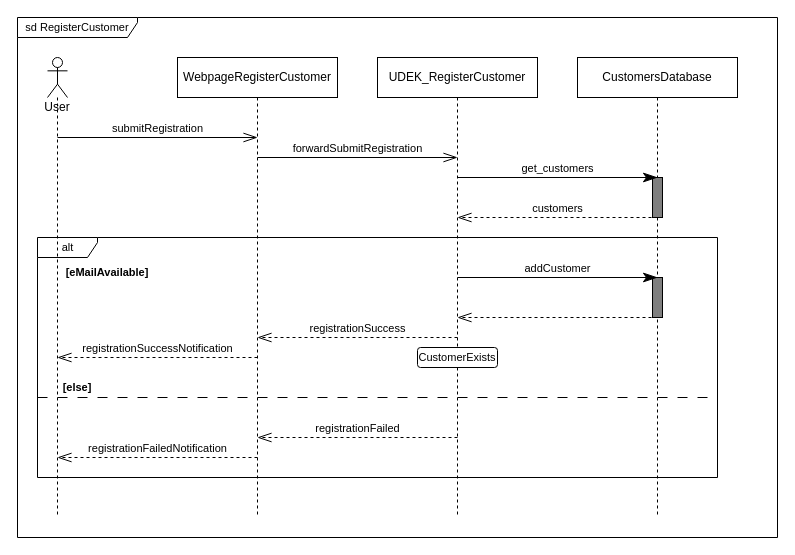
melvdlin/swtlab keeps this draw.io diagram as a05_sequence_diagram_r01.drawio. Above is the earlier version. Source tidied: cells renumbered, new cells numbered last; positions are measured from the earlier drawing's top-left corner, leaving out a move shared by most shapes. Both pictures are drawn from the tidied source at 100%, with x=0, y=0 at pixel (17, 17).
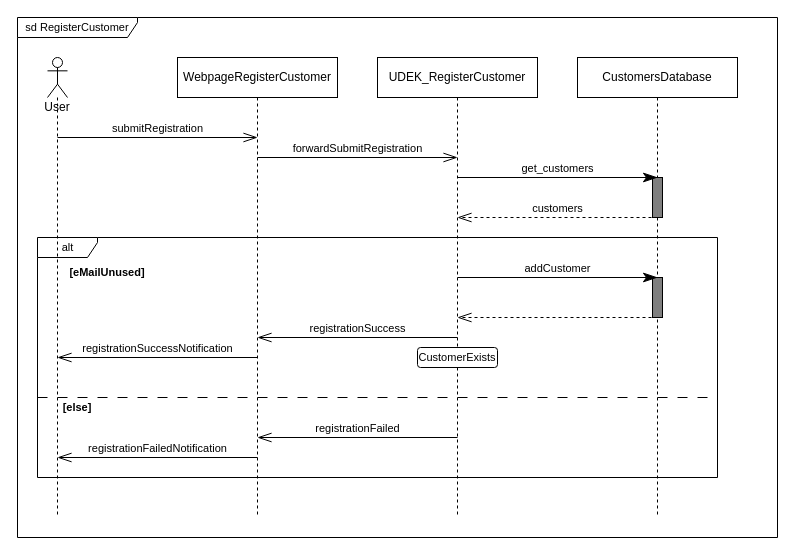
After the change.

Unchanged cells that the change refers to:
```xml
<mxCell id="9" value="alt" style="shape=umlFrame;tabWidth=110;tabHeight=30;tabPosition=left;html=1;boundedLbl=1;labelInHeader=1;width=60;height=20;fontFamily=Helvetica;fontSize=11;fontColor=default;fillColor=none;" parent="8" vertex="1">
  <mxGeometry x="20" y="220" width="680" height="240" as="geometry" />
</mxCell>
```

Change to the diagram source:
```diff
@@
-    <mxCell id="11" value="&lt;b&gt;[eMailAvailable]&lt;/b&gt;" style="text;html=1;strokeColor=none;fillColor=none;align=center;verticalAlign=middle;whiteSpace=wrap;rounded=0;dashed=1;fontFamily=Helvetica;fontSize=11;fontColor=default;" parent="9" vertex="1">
+    <mxCell id="11" value="&lt;b&gt;[eMailUnused]&lt;/b&gt;" style="text;html=1;strokeColor=none;fillColor=none;align=center;verticalAlign=middle;whiteSpace=wrap;rounded=0;dashed=1;fontFamily=Helvetica;fontSize=11;fontColor=default;" parent="9" vertex="1">
       <mxGeometry x="20" y="20" width="100" height="30" as="geometry" />
     </mxCell>
     <mxCell id="12" value="&lt;b&gt;[else]&lt;/b&gt;" style="text;html=1;strokeColor=none;fillColor=none;align=center;verticalAlign=middle;whiteSpace=wrap;rounded=0;dashed=1;fontFamily=Helvetica;fontSize=11;fontColor=default;" parent="9" vertex="1">
-      <mxGeometry x="20" y="140" width="40" height="20" as="geometry" />
+      <mxGeometry x="20" y="160" width="40" height="20" as="geometry" />
     </mxCell>
@@
-    <mxCell id="20" value="registrationSuccess" style="endArrow=openThin;html=1;rounded=0;labelBackgroundColor=default;fontFamily=Helvetica;fontSize=11;fontColor=default;startSize=12;endSize=12;strokeColor=default;shape=connector;endFill=0;verticalAlign=bottom;dashed=1;" parent="16" edge="1">
+    <mxCell id="20" value="registrationSuccess" style="endArrow=openThin;html=1;rounded=0;labelBackgroundColor=default;fontFamily=Helvetica;fontSize=11;fontColor=default;startSize=12;endSize=12;strokeColor=default;shape=connector;endFill=0;verticalAlign=bottom;" parent="16" edge="1">
       <mxGeometry relative="1" as="geometry">
         <mxPoint x="440" y="320" as="sourcePoint" />
         <mxPoint x="240" y="320" as="targetPoint" />
       </mxGeometry>
     </mxCell>
-    <mxCell id="21" value="registrationFailed" style="endArrow=openThin;html=1;rounded=0;labelBackgroundColor=default;fontFamily=Helvetica;fontSize=11;fontColor=default;startSize=12;endSize=12;strokeColor=default;shape=connector;endFill=0;verticalAlign=bottom;dashed=1;" parent="16" edge="1">
+    <mxCell id="21" value="registrationFailed" style="endArrow=openThin;html=1;rounded=0;labelBackgroundColor=default;fontFamily=Helvetica;fontSize=11;fontColor=default;startSize=12;endSize=12;strokeColor=default;shape=connector;endFill=0;verticalAlign=bottom;" parent="16" edge="1">
       <mxGeometry relative="1" as="geometry">
         <mxPoint x="440" y="420" as="sourcePoint" />
         <mxPoint x="240" y="420" as="targetPoint" />
       </mxGeometry>
     </mxCell>
-    <mxCell id="22" value="registrationSuccessNotification" style="endArrow=openThin;html=1;rounded=0;labelBackgroundColor=default;fontFamily=Helvetica;fontSize=11;fontColor=default;startSize=12;endSize=12;strokeColor=default;shape=connector;endFill=0;verticalAlign=bottom;dashed=1;" parent="16" edge="1">
+    <mxCell id="22" value="registrationSuccessNotification" style="endArrow=openThin;html=1;rounded=0;labelBackgroundColor=default;fontFamily=Helvetica;fontSize=11;fontColor=default;startSize=12;endSize=12;strokeColor=default;shape=connector;endFill=0;verticalAlign=bottom;" parent="16" edge="1">
       <mxGeometry relative="1" as="geometry">
         <mxPoint x="240" y="340" as="sourcePoint" />
         <mxPoint x="40" y="340" as="targetPoint" />
       </mxGeometry>
     </mxCell>
-    <mxCell id="23" value="registrationFailedNotification" style="endArrow=openThin;html=1;rounded=0;labelBackgroundColor=default;fontFamily=Helvetica;fontSize=11;fontColor=default;startSize=12;endSize=12;strokeColor=default;shape=connector;endFill=0;verticalAlign=bottom;dashed=1;" parent="16" edge="1">
+    <mxCell id="23" value="registrationFailedNotification" style="endArrow=openThin;html=1;rounded=0;labelBackgroundColor=default;fontFamily=Helvetica;fontSize=11;fontColor=default;startSize=12;endSize=12;strokeColor=default;shape=connector;endFill=0;verticalAlign=bottom;" parent="16" edge="1">
       <mxGeometry relative="1" as="geometry">
         <mxPoint x="240" y="440" as="sourcePoint" />
         <mxPoint x="40" y="440" as="targetPoint" />
       </mxGeometry>
     </mxCell>
```
